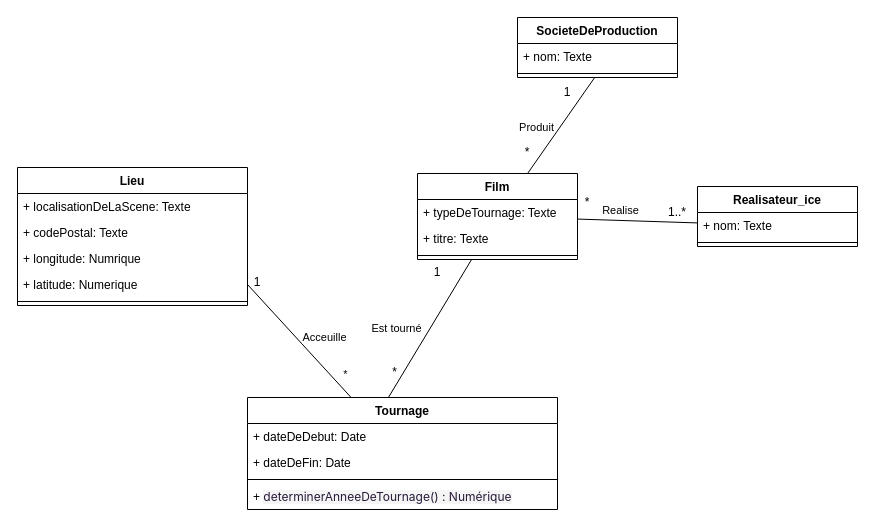
BoubaGadiaga/NeoNomade_modelisation keeps this draw.io diagram as MCD_NeoNomade.drawio. Above is the earlier version. Source tidied: cells renumbered, new cells numbered last; positions are measured from the earlier drawing's top-left corner, leaving out a move shared by most shapes. Both pictures are drawn from the tidied source at 100%, with x=0, y=0 at pixel (17, 17).
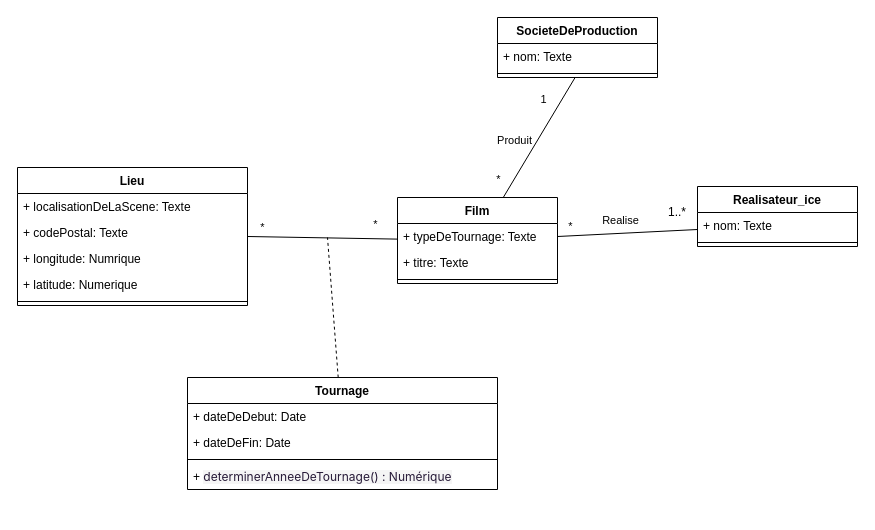
Above is the later version.

Commit message:
transformation de tournage en classe d'association

Unchanged cells that the change refers to:
```xml
<mxCell id="2" style="rounded=0;jettySize=auto;html=1;endArrow=none;endFill=0;" parent="1" edge="1" source="8" target="30">
  <mxGeometry relative="1" as="geometry" />
</mxCell>
<mxCell id="6" style="rounded=0;jettySize=auto;html=1;endArrow=none;endFill=0;" parent="1" edge="1" source="8" target="28">
  <mxGeometry relative="1" as="geometry" />
</mxCell>
<mxCell id="20" value="Lieu" style="swimlane;fontStyle=1;align=center;verticalAlign=top;horizontal=1;startSize=26;whiteSpace=wrap;html=1;" parent="1" vertex="1">
  <mxGeometry y="150" width="230" height="138" as="geometry" />
</mxCell>
<mxCell id="24" value="+ latitude: Numerique" style="text;strokeColor=none;fillColor=none;align=left;verticalAlign=top;spacingLeft=4;spacingRight=4;overflow=hidden;points=[[0,0.5],[1,0.5]];portConstraint=eastwest;whiteSpace=wrap;html=1;" parent="20" vertex="1">
  <mxGeometry y="104" width="230" height="26" as="geometry" />
</mxCell>
```

The edit, as a diff of the source:
```diff
@@
     <mxCell id="3" value="Realise" style="edgeLabel;html=1;align=center;verticalAlign=middle;" parent="2" vertex="1">
       <mxGeometry x="-0.28" y="1" relative="1" as="geometry">
-        <mxPoint x="-1" y="-9" as="offset" />
+        <mxPoint x="13" y="-13" as="offset" />
       </mxGeometry>
     </mxCell>
-    <mxCell id="4" style="rounded=0;jettySize=auto;html=1;endArrow=none;endFill=0;entryX=0.448;entryY=0.03;entryDx=0;entryDy=0;entryPerimeter=0;" parent="1" edge="1" source="8" target="15">
-      <mxGeometry relative="1" as="geometry" />
-    </mxCell>
-    <mxCell id="5" value="Est tourné" style="edgeLabel;html=1;align=center;verticalAlign=middle;" parent="4" vertex="1">
-      <mxGeometry x="-0.02" y="-1" relative="1" as="geometry">
-        <mxPoint x="-33" as="offset" />
-      </mxGeometry>
-    </mxCell>
+    <mxCell id="39" value="*" style="edgeLabel;html=1;align=center;verticalAlign=middle;" parent="2" vertex="1">
+      <mxGeometry x="-0.81" y="6" relative="1" as="geometry">
+        <mxPoint y="-4" as="offset" />
+      </mxGeometry>
+    </mxCell>
@@
+    <mxCell id="40" value="*" style="edgeLabel;html=1;align=center;verticalAlign=middle;" parent="6" vertex="1">
+      <mxGeometry x="-0.64" y="-1" relative="1" as="geometry">
+        <mxPoint x="-19" y="2" as="offset" />
+      </mxGeometry>
+    </mxCell>
+    <mxCell id="41" value="1" style="edgeLabel;html=1;align=center;verticalAlign=middle;" parent="6" vertex="1">
+      <mxGeometry x="0.6" y="-1" relative="1" as="geometry">
+        <mxPoint x="-19" y="-3" as="offset" />
+      </mxGeometry>
+    </mxCell>
+    <mxCell id="42" style="rounded=0;jettySize=auto;html=1;entryX=1;entryY=0.5;entryDx=0;entryDy=0;endArrow=none;endFill=0;" parent="1" edge="1" source="8" target="20">
+      <mxGeometry relative="1" as="geometry" />
+    </mxCell>
+    <mxCell id="43" value="*" style="edgeLabel;html=1;align=center;verticalAlign=middle;" parent="42" vertex="1">
+      <mxGeometry x="0.8" relative="1" as="geometry">
+        <mxPoint x="-1" y="-10" as="offset" />
+      </mxGeometry>
+    </mxCell>
+    <mxCell id="44" value="*" style="edgeLabel;html=1;align=center;verticalAlign=middle;" parent="42" vertex="1">
+      <mxGeometry x="-0.71" y="-3" relative="1" as="geometry">
+        <mxPoint x="-1" y="-12" as="offset" />
+      </mxGeometry>
+    </mxCell>
     <mxCell id="8" value="Film" style="swimlane;fontStyle=1;align=center;verticalAlign=top;horizontal=1;startSize=26;whiteSpace=wrap;html=1;" parent="1" vertex="1">
-      <mxGeometry x="400" y="156" width="160" height="86" as="geometry" />
+      <mxGeometry x="380" y="180" width="160" height="86" as="geometry" />
     </mxCell>
@@
-    <mxCell id="12" style="rounded=0;jettySize=auto;html=1;entryX=1;entryY=0.5;entryDx=0;entryDy=0;endArrow=none;endFill=0;" parent="1" edge="1" source="15" target="24">
-      <mxGeometry relative="1" as="geometry" />
-    </mxCell>
-    <mxCell id="13" value="Acceuille" style="edgeLabel;html=1;align=center;verticalAlign=middle;" parent="12" vertex="1">
-      <mxGeometry x="0.06" y="-1" relative="1" as="geometry">
-        <mxPoint x="27" as="offset" />
-      </mxGeometry>
-    </mxCell>
-    <mxCell id="14" value="*" style="edgeLabel;html=1;align=center;verticalAlign=middle;" parent="12" vertex="1">
-      <mxGeometry x="-0.7" y="-2" relative="1" as="geometry">
-        <mxPoint x="8" y="-5" as="offset" />
-      </mxGeometry>
-    </mxCell>
+    <mxCell id="45" style="rounded=0;jettySize=auto;html=1;dashed=1;endArrow=none;endFill=0;" parent="1" edge="1" source="15">
+      <mxGeometry relative="1" as="geometry">
+        <mxPoint x="310" y="220" as="targetPoint" />
+      </mxGeometry>
+    </mxCell>
     <mxCell id="15" value="Tournage" style="swimlane;fontStyle=1;align=center;verticalAlign=top;horizontal=1;startSize=26;whiteSpace=wrap;html=1;" parent="1" vertex="1">
-      <mxGeometry x="230" y="380" width="310" height="112" as="geometry" />
+      <mxGeometry x="170" y="360" width="310" height="112" as="geometry" />
     </mxCell>
@@
     <mxCell id="26" value="SocieteDeProduction" style="swimlane;fontStyle=1;align=center;verticalAlign=top;horizontal=1;startSize=26;whiteSpace=wrap;html=1;" parent="1" vertex="1">
-      <mxGeometry x="500" width="160" height="60" as="geometry" />
+      <mxGeometry x="480" width="160" height="60" as="geometry" />
     </mxCell>
@@
-    <mxCell id="32" value="*" style="text;html=1;whiteSpace=wrap;strokeColor=none;fillColor=none;align=center;verticalAlign=middle;rounded=0;" parent="1" vertex="1">
-      <mxGeometry x="480" y="120" width="60" height="30" as="geometry" />
-    </mxCell>
-    <mxCell id="33" value="1" style="text;html=1;whiteSpace=wrap;strokeColor=none;fillColor=none;align=center;verticalAlign=middle;rounded=0;" parent="1" vertex="1">
-      <mxGeometry x="520" y="60" width="60" height="30" as="geometry" />
-    </mxCell>
-    <mxCell id="34" value="*" style="text;html=1;whiteSpace=wrap;strokeColor=none;fillColor=none;align=center;verticalAlign=middle;rounded=0;" parent="1" vertex="1">
-      <mxGeometry x="540" y="170" width="60" height="30" as="geometry" />
-    </mxCell>
@@
-    <mxCell id="36" value="1" style="text;html=1;whiteSpace=wrap;strokeColor=none;fillColor=none;align=center;verticalAlign=middle;rounded=0;" parent="1" vertex="1">
-      <mxGeometry x="390" y="240" width="60" height="30" as="geometry" />
-    </mxCell>
-    <mxCell id="37" value="*" style="text;html=1;whiteSpace=wrap;strokeColor=none;fillColor=none;align=center;verticalAlign=middle;rounded=0;" parent="1" vertex="1">
-      <mxGeometry x="370" y="340" width="15" height="30" as="geometry" />
-    </mxCell>
-    <mxCell id="38" value="1" style="text;html=1;whiteSpace=wrap;strokeColor=none;fillColor=none;align=center;verticalAlign=middle;rounded=0;" parent="1" vertex="1">
-      <mxGeometry x="210" y="250" width="60" height="30" as="geometry" />
-    </mxCell>
```
